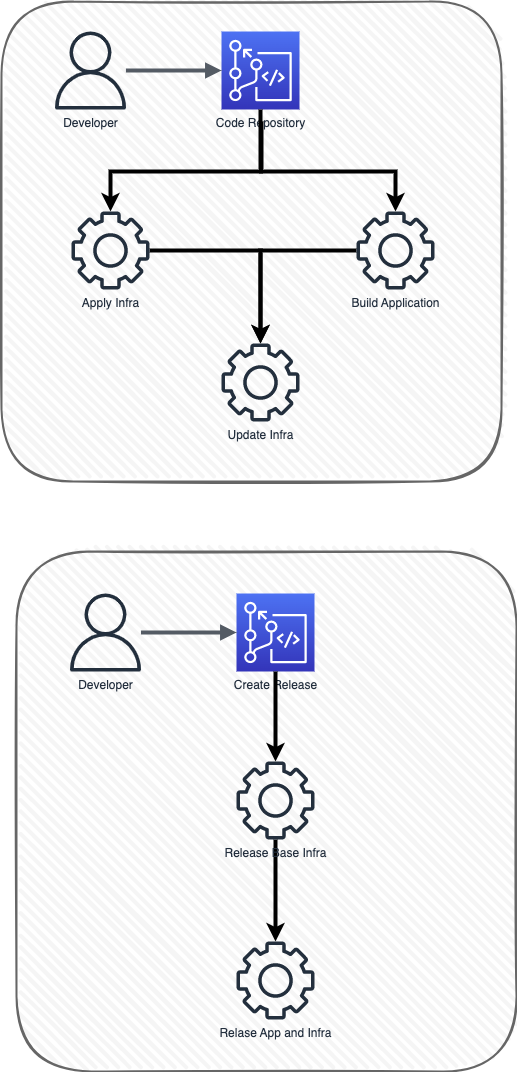
Earlier version of the draw.io export commit_update_flow.png (amioranza/toptal-test). Source tidied: cells renumbered, new cells last; positions are measured from the earlier drawing's top-left corner, leaving out a move shared by most shapes.
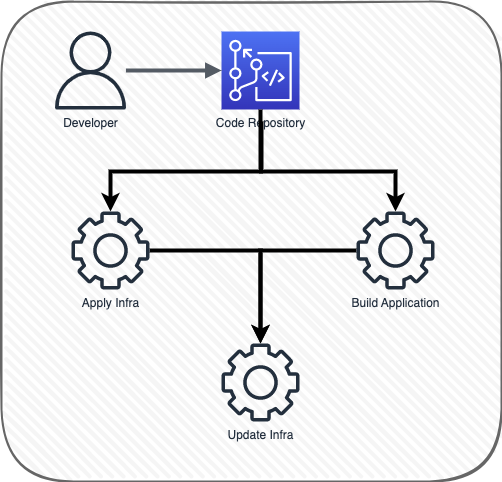
After the commit.

What changed in the source:
```diff
@@ -33,45 +33,16 @@
     <mxCell id="10" value="Build Application" style="sketch=0;outlineConnect=0;fontColor=#232F3E;gradientColor=none;fillColor=#232F3D;strokeColor=none;dashed=0;verticalLabelPosition=bottom;verticalAlign=top;align=center;html=1;fontSize=12;fontStyle=0;shape=mxgraph.aws4.gear;" parent="1" vertex="1">
       <mxGeometry x="355" y="210" width="78" height="78" as="geometry" />
     </mxCell>
-    <mxCell id="11" style="edgeStyle=elbowEdgeStyle;elbow=vertical;endArrow=classic;html=1;rounded=0;strokeWidth=4;" parent="1" edge="1" target="10">
-      <mxGeometry relative="1" as="geometry">
-        <mxPoint x="260" y="120" as="sourcePoint" />
-        <Array as="points">
-          <mxPoint x="310" y="170" />
-        </Array>
-      </mxGeometry>
-    </mxCell>
+    <mxCell id="21" style="edgeStyle=elbowEdgeStyle;elbow=vertical;endArrow=classic;html=1;rounded=0;strokeWidth=4;" parent="1" edge="1" target="10">
+      <mxGeometry relative="1" as="geometry">
+        <mxPoint x="260" y="120" as="sourcePoint" />
+        <Array as="points">
+          <mxPoint x="310" y="170" />
+        </Array>
+      </mxGeometry>
+    </mxCell>
     <mxCell id="12" value="Update Infra" style="sketch=0;outlineConnect=0;fontColor=#232F3E;gradientColor=none;fillColor=#232F3D;strokeColor=none;dashed=0;verticalLabelPosition=bottom;verticalAlign=top;align=center;html=1;fontSize=12;fontStyle=0;shape=mxgraph.aws4.gear;" parent="1" vertex="1">
       <mxGeometry x="220" y="342" width="78" height="78" as="geometry" />
     </mxCell>
-    <mxCell id="13" style="rounded=1;whiteSpace=wrap;html=1;strokeWidth=2;fillWeight=4;hachureGap=8;hachureAngle=45;fillColor=#f5f5f5;sketch=1;strokeColor=#666666;fontColor=#333333;" parent="1" vertex="1">
-      <mxGeometry x="15" y="550" width="500" height="520" as="geometry" />
-    </mxCell>
-    <mxCell id="14" value="Developer" style="sketch=0;outlineConnect=0;fontColor=#232F3E;gradientColor=none;fillColor=#232F3D;strokeColor=none;dashed=0;verticalLabelPosition=bottom;verticalAlign=top;align=center;html=1;fontSize=12;fontStyle=0;shape=mxgraph.aws4.user;" parent="1" vertex="1">
-      <mxGeometry x="65" y="592" width="78" height="78" as="geometry" />
-    </mxCell>
-    <mxCell id="15" value="Create Release" style="sketch=0;points=[[0,0,0],[0.25,0,0],[0.5,0,0],[0.75,0,0],[1,0,0],[0,1,0],[0.25,1,0],[0.5,1,0],[0.75,1,0],[1,1,0],[0,0.25,0],[0,0.5,0],[0,0.75,0],[1,0.25,0],[1,0.5,0],[1,0.75,0]];outlineConnect=0;fontColor=#232F3E;gradientColor=#4D72F3;gradientDirection=north;fillColor=#3334B9;strokeColor=#ffffff;dashed=0;verticalLabelPosition=bottom;verticalAlign=top;align=center;html=1;fontSize=12;fontStyle=0;shape=mxgraph.aws4.resourceIcon;resIcon=mxgraph.aws4.codecommit;" parent="1" vertex="1">
-      <mxGeometry x="235" y="592" width="78" height="78" as="geometry" />
-    </mxCell>
-    <mxCell id="16" style="edgeStyle=orthogonalEdgeStyle;html=1;endArrow=block;elbow=vertical;startArrow=none;endFill=1;strokeColor=#545B64;rounded=0;strokeWidth=4;" parent="1" edge="1" source="14" target="15">
-      <mxGeometry relative="1" as="geometry" />
-    </mxCell>
-    <mxCell id="17" style="edgeStyle=orthogonalEdgeStyle;rounded=0;jettySize=auto;html=1;strokeWidth=4;" parent="1" edge="1" source="18" target="20">
-      <mxGeometry relative="1" as="geometry" />
-    </mxCell>
-    <mxCell id="18" value="Release Base Infra" style="sketch=0;outlineConnect=0;fontColor=#232F3E;gradientColor=none;fillColor=#232F3D;strokeColor=none;dashed=0;verticalLabelPosition=bottom;verticalAlign=top;align=center;html=1;fontSize=12;fontStyle=0;shape=mxgraph.aws4.gear;" parent="1" vertex="1">
-      <mxGeometry x="235" y="760" width="78" height="78" as="geometry" />
-    </mxCell>
-    <mxCell id="19" style="edgeStyle=elbowEdgeStyle;elbow=vertical;endArrow=classic;html=1;rounded=0;strokeWidth=4;" parent="1" edge="1" target="18">
-      <mxGeometry relative="1" as="geometry">
-        <mxPoint x="274" y="670" as="sourcePoint" />
-        <Array as="points">
-          <mxPoint x="195" y="732" />
-        </Array>
-      </mxGeometry>
-    </mxCell>
-    <mxCell id="20" value="Relase App and Infra" style="sketch=0;outlineConnect=0;fontColor=#232F3E;gradientColor=none;fillColor=#232F3D;strokeColor=none;dashed=0;verticalLabelPosition=bottom;verticalAlign=top;align=center;html=1;fontSize=12;fontStyle=0;shape=mxgraph.aws4.gear;" parent="1" vertex="1">
-      <mxGeometry x="235" y="940" width="78" height="78" as="geometry" />
-    </mxCell>
   </root>
 </mxGraphModel>
```
